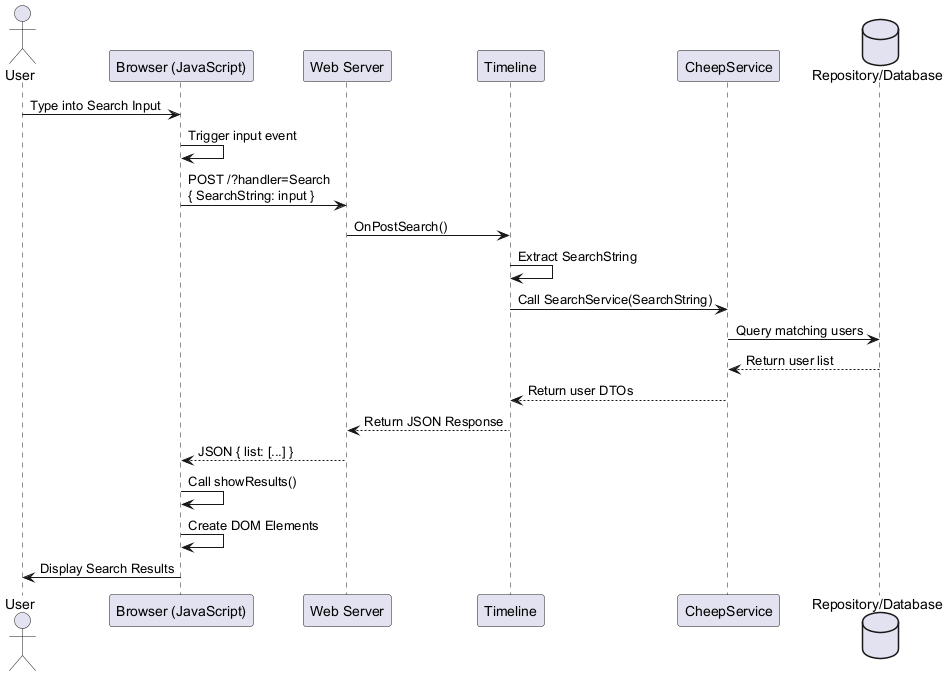
Earlier version of the PlantUML export docs/diagrams/SimunsPics/_Search.png (ITU-BDSA2024-GROUP13/Chirp).
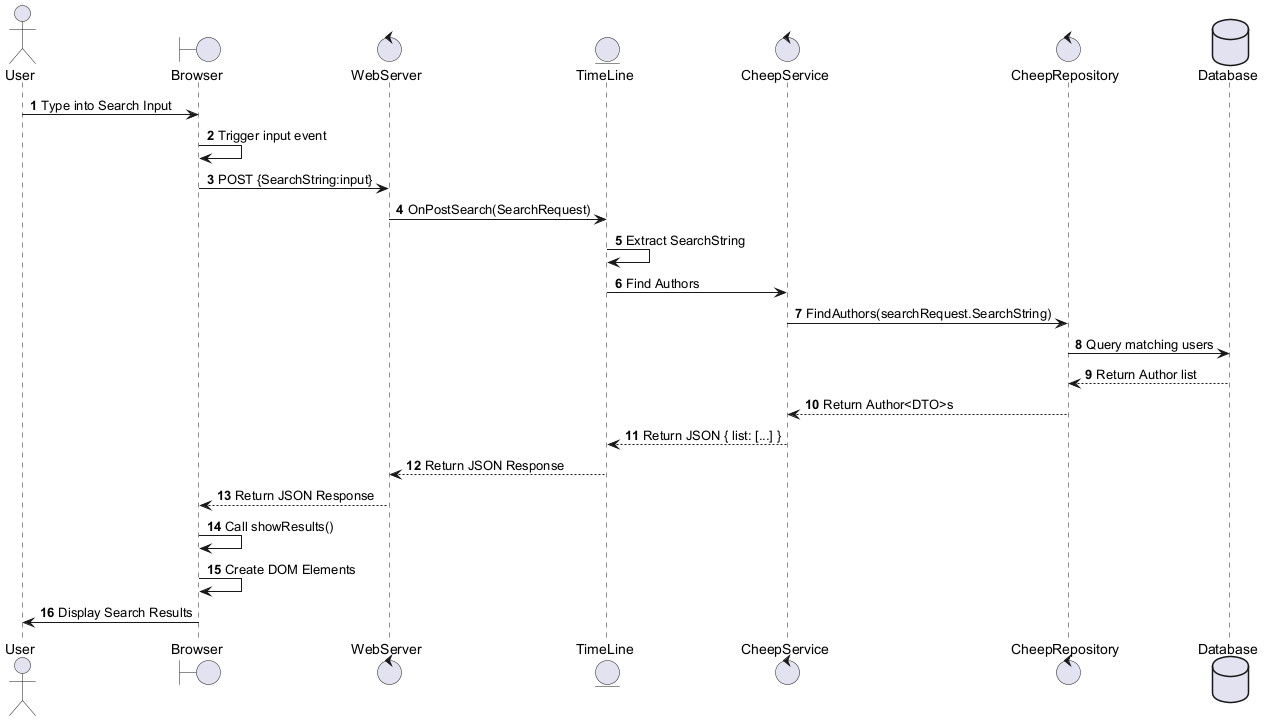
After the change.

The edit, as a diff of the source:
```diff
@@ -1,23 +1,31 @@
 @startuml
-actor User
-participant "Browser (JavaScript)" as Browser
-participant "Web Server" as Server
-participant "Timeline" as Handler
-participant "CheepService" as Service
-database "Repository/Database" as DB
+autonumber
 
-User -> Browser : Type into Search Input
-Browser -> Browser : Trigger input event
-Browser -> Server : POST /?handler=Search\n{ SearchString: input }
-Server -> Handler : OnPostSearch()
-Handler -> Handler : Extract SearchString
-Handler -> Service : Call SearchService(SearchString)
-Service -> DB : Query matching users
-DB --> Service : Return user list
-Service --> Handler : Return user DTOs
-Handler --> Server : Return JSON Response
-Server --> Browser : JSON { list: [...] }
-Browser -> Browser : Call showResults()
-Browser -> Browser : Create DOM Elements
-Browser -> User : Display Search Results
+actor User as UU
+boundary Browser as B
+control WebServer as WS
+entity TimeLine as PT
+control CheepService as CS
+control CheepRepository as CR
+database Database as DB
+
+UU-> B: Type into Search Input
+B-> B: Trigger input event
+B-> WS: POST {SearchString:input}
+WS-> PT: OnPostSearch(SearchRequest)
+
+PT-> PT: Extract SearchString
+PT-> CS: Find Authors
+CS->CR: FindAuthors(searchRequest.SearchString)
+CR-> DB : Query matching users
+
+DB --> CR: Return Author list
+CR --> CS: Return Author<DTO>s
+CS --> PT: Return JSON { list: [...] }
+PT --> WS : Return JSON Response
+WS --> B: Return JSON Response
+
+B-> B: Call showResults()
+B-> B: Create DOM Elements
+B-> UU: Display Search Results
 @enduml
```
